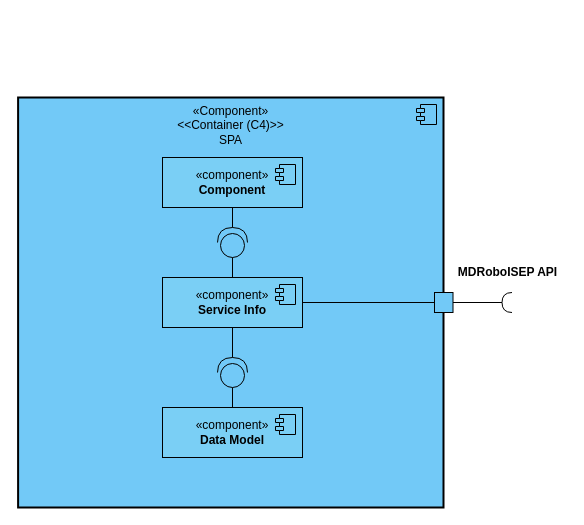
This is docs/Sprint_C/N3/VL_SPA.drawio from SEM5PI2324G58/sem5pi_g58_23_24, a draw.io file, before an edit. Source tidied: cells renumbered, new cells numbered last; positions are measured from the earlier drawing's top-left corner, leaving out a move shared by most shapes. Both pictures are drawn from the tidied source at 100%, with x=0, y=0 at pixel (18, 97).
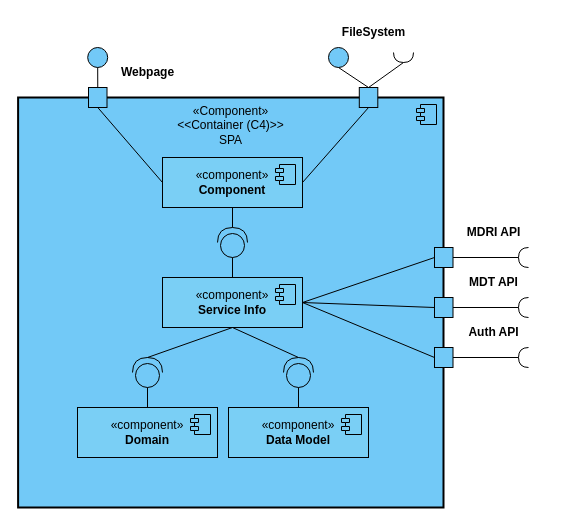
The same diagram, later.

Unchanged cells that the change refers to:
```xml
<mxCell id="4" value="«component»&lt;br&gt;&lt;b&gt;Component&lt;/b&gt;" style="html=1;whiteSpace=wrap;fillColor=#7ACFF5;" parent="1" vertex="1">
  <mxGeometry x="144" y="60" width="140" height="50" as="geometry" />
</mxCell>
<mxCell id="12" value="«component»&lt;br&gt;&lt;b&gt;Service Info&lt;/b&gt;" style="html=1;whiteSpace=wrap;fillColor=#7ACFF5;" parent="1" vertex="1">
  <mxGeometry x="144" y="180" width="140" height="50" as="geometry" />
</mxCell>
```

What changed in the source:
```diff
@@
     <mxCell id="6" value="«component»&lt;br&gt;&lt;b&gt;Data Model&lt;/b&gt;" style="html=1;whiteSpace=wrap;fillColor=#7ACFF5;" parent="1" vertex="1">
-      <mxGeometry x="144" y="310" width="140" height="50" as="geometry" />
+      <mxGeometry x="210" y="310" width="140" height="50" as="geometry" />
     </mxCell>
@@
     <mxCell id="8" style="html=1;rounded=0;fillColor=#72C9F7;" parent="1" vertex="1">
-      <mxGeometry x="416" y="195" width="18.5" height="20" as="geometry" />
+      <mxGeometry x="416" y="150" width="18.5" height="20" as="geometry" />
     </mxCell>
-    <mxCell id="9" style="endArrow=none;html=1;rounded=0;align=center;verticalAlign=top;endFill=0;labelBackgroundColor=none;endSize=2;entryX=1;entryY=0.5;entryDx=0;entryDy=0;entryPerimeter=0;" parent="1" edge="1" source="8" target="10">
-      <mxGeometry relative="1" as="geometry" />
-    </mxCell>
-    <mxCell id="10" style="shape=requiredInterface;html=1;verticalLabelPosition=bottom;sketch=0;rotation=-180;" parent="1" vertex="1">
-      <mxGeometry x="483.5" y="195" width="10" height="20" as="geometry" />
-    </mxCell>
-    <mxCell id="11" value="MDRoboISEP API" style="text;html=1;align=center;verticalAlign=middle;strokeColor=none;fillColor=none;fontStyle=1;" parent="1" vertex="1">
-      <mxGeometry x="428.5" y="160" width="120" height="30" as="geometry" />
+    <mxCell id="11" value="MDRI API" style="text;html=1;align=center;verticalAlign=middle;strokeColor=none;fillColor=none;fontStyle=1;" parent="1" vertex="1">
+      <mxGeometry x="435" y="120" width="80" height="30" as="geometry" />
     </mxCell>
@@
     <mxCell id="14" style="shape=providedRequiredInterface;html=1;verticalLabelPosition=bottom;sketch=0;rotation=-90;fillColor=#72c9f7;" parent="1" vertex="1">
-      <mxGeometry x="199" y="260" width="30" height="30" as="geometry" />
+      <mxGeometry x="265" y="260" width="30" height="30" as="geometry" />
     </mxCell>
@@
+    <mxCell id="21" value="«component»&lt;br&gt;&lt;b&gt;Domain&lt;/b&gt;" style="html=1;whiteSpace=wrap;fillColor=#7ACFF5;" parent="1" vertex="1">
+      <mxGeometry x="59" y="310" width="140" height="50" as="geometry" />
+    </mxCell>
+    <mxCell id="22" style="shape=module;jettyWidth=8;jettyHeight=4;fillColor=#7ACFF5;" parent="21" vertex="1">
+      <mxGeometry x="1" width="20" height="20" relative="1" as="geometry">
+        <mxPoint x="-27" y="7" as="offset" />
+      </mxGeometry>
+    </mxCell>
+    <mxCell id="23" style="shape=providedRequiredInterface;html=1;verticalLabelPosition=bottom;sketch=0;rotation=-90;fillColor=#72c9f7;" parent="1" vertex="1">
+      <mxGeometry x="114" y="260" width="30" height="30" as="geometry" />
+    </mxCell>
+    <mxCell id="24" style="endArrow=none;html=1;rounded=0;exitX=0.5;exitY=0;exitDx=0;exitDy=0;entryX=0;entryY=0.5;entryDx=0;entryDy=0;entryPerimeter=0;" parent="1" edge="1" source="21" target="23">
+      <mxGeometry relative="1" as="geometry" />
+    </mxCell>
+    <mxCell id="25" style="endArrow=none;html=1;rounded=0;exitX=1;exitY=0.5;exitDx=0;exitDy=0;exitPerimeter=0;entryX=0.5;entryY=1;entryDx=0;entryDy=0;" parent="1" edge="1" source="23" target="12">
+      <mxGeometry relative="1" as="geometry" />
+    </mxCell>
+    <mxCell id="26" style="endArrow=none;html=1;rounded=0;align=center;verticalAlign=top;endFill=0;labelBackgroundColor=none;endSize=2;entryX=1;entryY=0.5;entryDx=0;entryDy=0;entryPerimeter=0;exitX=1;exitY=0.5;exitDx=0;exitDy=0;" parent="1" edge="1" source="8" target="27">
+      <mxGeometry relative="1" as="geometry" />
+    </mxCell>
+    <mxCell id="27" style="shape=requiredInterface;html=1;verticalLabelPosition=bottom;sketch=0;rotation=-180;" parent="1" vertex="1">
+      <mxGeometry x="500" y="150" width="10" height="20" as="geometry" />
+    </mxCell>
+    <mxCell id="28" style="endArrow=none;html=1;rounded=0;align=center;verticalAlign=top;endFill=0;labelBackgroundColor=none;endSize=2;entryX=1;entryY=0.5;entryDx=0;entryDy=0;entryPerimeter=0;exitX=1;exitY=0.5;exitDx=0;exitDy=0;" parent="1" edge="1" source="30" target="29">
+      <mxGeometry relative="1" as="geometry" />
+    </mxCell>
+    <mxCell id="29" style="shape=requiredInterface;html=1;verticalLabelPosition=bottom;sketch=0;rotation=-180;" parent="1" vertex="1">
+      <mxGeometry x="500" y="200" width="10" height="20" as="geometry" />
+    </mxCell>
+    <mxCell id="30" style="html=1;rounded=0;fillColor=#72C9F7;" parent="1" vertex="1">
+      <mxGeometry x="416" y="200" width="18.5" height="20" as="geometry" />
+    </mxCell>
+    <mxCell id="31" style="html=1;rounded=0;fillColor=#72C9F7;" parent="1" vertex="1">
+      <mxGeometry x="416" y="250" width="18.5" height="20" as="geometry" />
+    </mxCell>
+    <mxCell id="32" style="endArrow=none;html=1;rounded=0;align=center;verticalAlign=top;endFill=0;labelBackgroundColor=none;endSize=2;entryX=1;entryY=0.5;entryDx=0;entryDy=0;entryPerimeter=0;exitX=1;exitY=0.5;exitDx=0;exitDy=0;" parent="1" edge="1" source="31" target="33">
+      <mxGeometry relative="1" as="geometry" />
+    </mxCell>
+    <mxCell id="33" style="shape=requiredInterface;html=1;verticalLabelPosition=bottom;sketch=0;rotation=-180;" parent="1" vertex="1">
+      <mxGeometry x="500" y="250" width="10" height="20" as="geometry" />
+    </mxCell>
+    <mxCell id="34" value="MDT API" style="text;html=1;align=center;verticalAlign=middle;strokeColor=none;fillColor=none;fontStyle=1;" parent="1" vertex="1">
+      <mxGeometry x="440" y="170" width="70" height="30" as="geometry" />
+    </mxCell>
+    <mxCell id="35" value="Auth API" style="text;html=1;align=center;verticalAlign=middle;strokeColor=none;fillColor=none;fontStyle=1;" parent="1" vertex="1">
+      <mxGeometry x="440" y="220" width="70" height="30" as="geometry" />
+    </mxCell>
+    <mxCell id="36" style="endArrow=none;html=1;rounded=0;exitX=1;exitY=0.5;exitDx=0;exitDy=0;entryX=0;entryY=0.5;entryDx=0;entryDy=0;" parent="1" edge="1" source="12" target="30">
+      <mxGeometry relative="1" as="geometry" />
+    </mxCell>
+    <mxCell id="37" style="endArrow=none;html=1;rounded=0;exitX=1;exitY=0.5;exitDx=0;exitDy=0;entryX=0;entryY=0.5;entryDx=0;entryDy=0;" parent="1" edge="1" source="12" target="31">
+      <mxGeometry relative="1" as="geometry" />
+    </mxCell>
+    <mxCell id="38" style="html=1;rounded=0;fillColor=#72C9F7;" parent="1" vertex="1">
+      <mxGeometry x="70" y="-10" width="18.5" height="20" as="geometry" />
+    </mxCell>
+    <mxCell id="39" style="endArrow=none;html=1;rounded=0;exitX=0;exitY=0.5;exitDx=0;exitDy=0;entryX=0.5;entryY=1;entryDx=0;entryDy=0;" parent="1" edge="1" source="4" target="38">
+      <mxGeometry relative="1" as="geometry" />
+    </mxCell>
+    <mxCell id="40" style="ellipse;whiteSpace=wrap;html=1;strokeColor=default;fillColor=#72C9F7;" parent="1" vertex="1">
+      <mxGeometry x="69.2" y="-50" width="20" height="20" as="geometry" />
+    </mxCell>
+    <mxCell id="41" style="endArrow=none;html=1;rounded=0;exitX=0.5;exitY=0;exitDx=0;exitDy=0;entryX=0.5;entryY=1;entryDx=0;entryDy=0;" parent="1" edge="1" source="38" target="40">
+      <mxGeometry relative="1" as="geometry" />
+    </mxCell>
+    <mxCell id="42" style="html=1;rounded=0;fillColor=#72C9F7;" parent="1" vertex="1">
+      <mxGeometry x="340.8" y="-10" width="18.5" height="20" as="geometry" />
+    </mxCell>
+    <mxCell id="43" style="endArrow=none;html=1;rounded=0;align=center;verticalAlign=top;endFill=0;labelBackgroundColor=none;endSize=2;entryX=1;entryY=0.5;entryDx=0;entryDy=0;entryPerimeter=0;exitX=0.5;exitY=0;exitDx=0;exitDy=0;" parent="1" edge="1" source="42" target="44">
+      <mxGeometry relative="1" as="geometry" />
+    </mxCell>
+    <mxCell id="44" style="shape=requiredInterface;html=1;verticalLabelPosition=bottom;sketch=0;rotation=90;" parent="1" vertex="1">
+      <mxGeometry x="380" y="-50" width="10" height="20" as="geometry" />
+    </mxCell>
+    <mxCell id="45" style="ellipse;whiteSpace=wrap;html=1;strokeColor=default;fillColor=#72C9F7;" parent="1" vertex="1">
+      <mxGeometry x="310" y="-50" width="20" height="20" as="geometry" />
+    </mxCell>
+    <mxCell id="46" style="endArrow=none;html=1;rounded=0;exitX=0.5;exitY=0;exitDx=0;exitDy=0;entryX=0.5;entryY=1;entryDx=0;entryDy=0;" parent="1" edge="1" source="42" target="45">
+      <mxGeometry relative="1" as="geometry" />
+    </mxCell>
+    <mxCell id="47" value="FileSystem" style="text;html=1;align=center;verticalAlign=middle;strokeColor=none;fillColor=none;fontStyle=1;" parent="1" vertex="1">
+      <mxGeometry x="310" y="-80" width="90" height="30" as="geometry" />
+    </mxCell>
+    <mxCell id="48" value="Webpage" style="text;html=1;align=center;verticalAlign=middle;strokeColor=none;fillColor=none;fontStyle=1;" parent="1" vertex="1">
+      <mxGeometry x="89.2" y="-40" width="80" height="30" as="geometry" />
+    </mxCell>
+    <mxCell id="49" style="endArrow=none;html=1;rounded=0;exitX=1;exitY=0.5;exitDx=0;exitDy=0;entryX=0.5;entryY=1;entryDx=0;entryDy=0;" parent="1" edge="1" source="4" target="42">
+      <mxGeometry relative="1" as="geometry" />
+    </mxCell>
```
